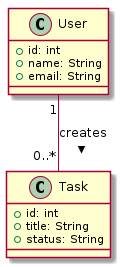
Before: outputs/single_agent/exercise_01/diagram_generated.png, a diagram exported from PlantUML (Tom-KB/Generating-and-Correcting-Design-Diagrams-with-LLMs).
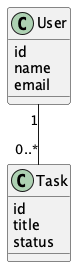
Later version of the same file.

Diff of the diagram source:
```diff
@@ -1,15 +1,17 @@
 @startuml
+
 class User {
-    +id: int
-    +name: String
-    +email: String
+  id
+  name
+  email
 }
 
 class Task {
-    +id: int
-    +title: String
-    +status: String
+  id
+  title
+  status
 }
 
-User "1" -- "0..*" Task : creates >
+User "1" -- "0..*" Task
+
 @enduml
```
